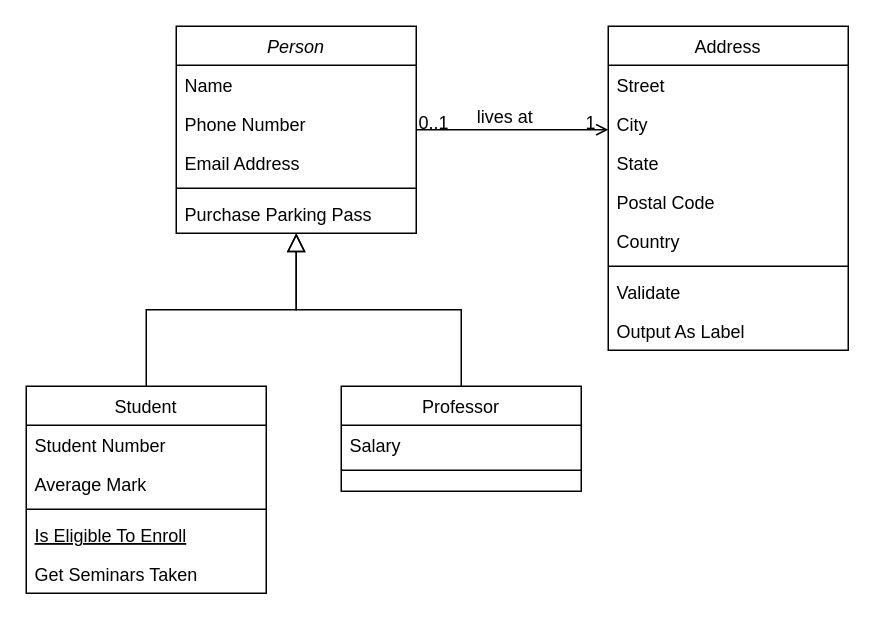
This is Sprint-Master-ERD.drawio from Maddsuu/parallax, a draw.io file, before an edit. Source tidied: cells renumbered, new cells numbered last; positions are measured from the earlier drawing's top-left corner, leaving out a move shared by most shapes. Both pictures are drawn from the tidied source at 150%, with x=0, y=0 at pixel (26, 26).
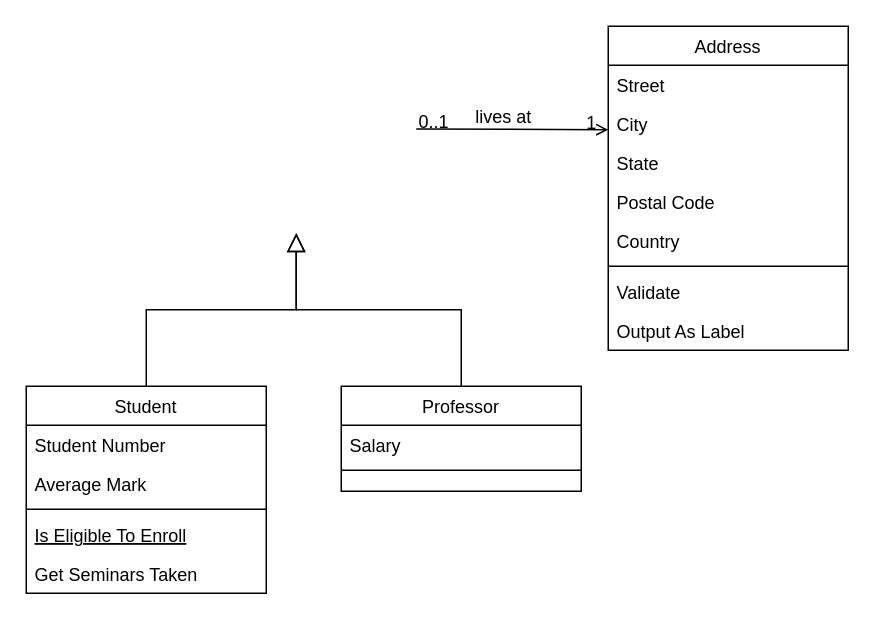
The same diagram, later.

The change refers to these unchanged cells:
```xml
<mxCell id="8" value="Student" style="swimlane;fontStyle=0;align=center;verticalAlign=top;horizontal=1;startSize=26;rounded=0;shadow=0;strokeWidth=1;" parent="1" vertex="1">
  <mxGeometry y="240" width="160" height="138" as="geometry" />
</mxCell>
<mxCell id="15" value="Professor" style="swimlane;fontStyle=0;align=center;verticalAlign=top;horizontal=1;startSize=26;rounded=0;shadow=0;strokeWidth=1;" parent="1" vertex="1">
  <mxGeometry x="210" y="240" width="160" height="70" as="geometry" />
</mxCell>
<mxCell id="19" value="Address" style="swimlane;fontStyle=0;align=center;verticalAlign=top;horizontal=1;startSize=26;rounded=0;shadow=0;strokeWidth=1;" parent="1" vertex="1">
  <mxGeometry x="388" width="160" height="216" as="geometry" />
</mxCell>
```

Change to the diagram source:
```diff
@@
-    <mxCell id="2" value="Person" style="swimlane;fontStyle=2;align=center;verticalAlign=top;horizontal=1;startSize=26;rounded=0;shadow=0;strokeWidth=1;" parent="1" vertex="1">
-      <mxGeometry x="100" width="160" height="138" as="geometry" />
-    </mxCell>
-    <mxCell id="3" value="Name" style="text;align=left;verticalAlign=top;spacingLeft=4;spacingRight=4;overflow=hidden;" parent="2" vertex="1">
-      <mxGeometry y="26" width="160" height="26" as="geometry" />
-    </mxCell>
-    <mxCell id="4" value="Phone Number" style="text;align=left;verticalAlign=top;spacingLeft=4;spacingRight=4;overflow=hidden;rounded=0;shadow=0;html=0;" parent="2" vertex="1">
-      <mxGeometry y="52" width="160" height="26" as="geometry" />
-    </mxCell>
-    <mxCell id="5" value="Email Address" style="text;align=left;verticalAlign=top;spacingLeft=4;spacingRight=4;overflow=hidden;rounded=0;shadow=0;html=0;" parent="2" vertex="1">
-      <mxGeometry y="78" width="160" height="26" as="geometry" />
-    </mxCell>
-    <mxCell id="6" style="line;html=1;strokeWidth=1;align=left;verticalAlign=middle;spacingTop=-1;spacingLeft=3;spacingRight=3;labelPosition=right;" parent="2" vertex="1">
-      <mxGeometry y="104" width="160" height="8" as="geometry" />
-    </mxCell>
-    <mxCell id="7" value="Purchase Parking Pass" style="text;align=left;verticalAlign=top;spacingLeft=4;spacingRight=4;overflow=hidden;" parent="2" vertex="1">
-      <mxGeometry y="112" width="160" height="26" as="geometry" />
-    </mxCell>
@@
-    <mxCell id="14" style="endArrow=block;endSize=10;endFill=0;shadow=0;strokeWidth=1;rounded=0;curved=0;edgeStyle=elbowEdgeStyle;elbow=vertical;" parent="1" edge="1" source="8" target="2">
-      <mxGeometry relative="1" as="geometry" />
+    <mxCell id="14" style="endArrow=block;endSize=10;endFill=0;shadow=0;strokeWidth=1;rounded=0;curved=0;edgeStyle=elbowEdgeStyle;elbow=vertical;" parent="1" edge="1" source="8">
+      <mxGeometry relative="1" as="geometry">
+        <mxPoint x="180" y="138" as="targetPoint" />
+      </mxGeometry>
     </mxCell>
@@
-    <mxCell id="18" style="endArrow=block;endSize=10;endFill=0;shadow=0;strokeWidth=1;rounded=0;curved=0;edgeStyle=elbowEdgeStyle;elbow=vertical;" parent="1" edge="1" source="15" target="2">
-      <mxGeometry relative="1" as="geometry" />
+    <mxCell id="18" style="endArrow=block;endSize=10;endFill=0;shadow=0;strokeWidth=1;rounded=0;curved=0;edgeStyle=elbowEdgeStyle;elbow=vertical;" parent="1" edge="1" source="15">
+      <mxGeometry relative="1" as="geometry">
+        <mxPoint x="180" y="138" as="targetPoint" />
+      </mxGeometry>
     </mxCell>
@@
-    <mxCell id="28" style="endArrow=open;shadow=0;strokeWidth=1;rounded=0;curved=0;endFill=1;edgeStyle=elbowEdgeStyle;elbow=vertical;" parent="1" edge="1" source="2" target="19">
+    <mxCell id="28" style="endArrow=open;shadow=0;strokeWidth=1;rounded=0;curved=0;endFill=1;edgeStyle=elbowEdgeStyle;elbow=vertical;" parent="1" edge="1" target="19">
       <mxGeometry x="0.5" y="41" relative="1" as="geometry">
+        <mxPoint x="260" y="68.5" as="sourcePoint" />
         <mxPoint x="-40" y="32" as="offset" />
       </mxGeometry>
     </mxCell>
```
